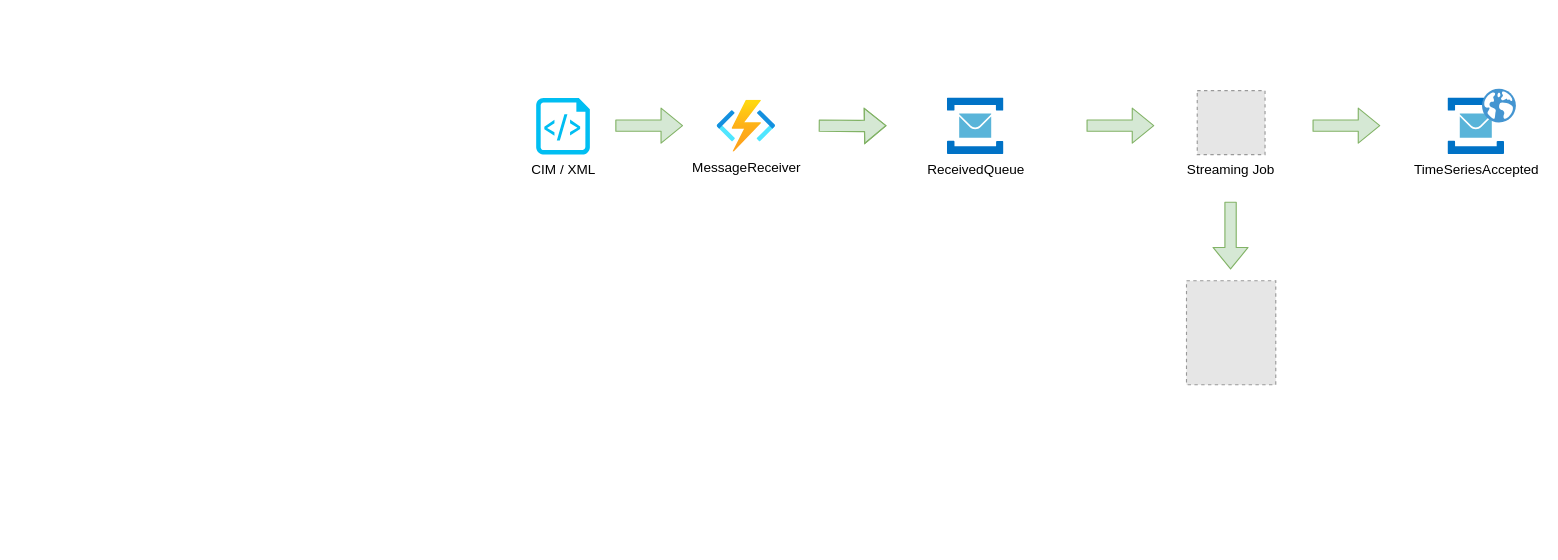
Earlier version of the draw.io diagram ARCHITECTURE.drawio (Energinet-DataHub/ARCHIVED-geh-timeseries). Source tidied: cells renumbered, new cells numbered last; positions are measured from the earlier drawing's top-left corner, leaving out a move shared by most shapes. Both pictures are drawn from the tidied source at 113%, with x=0, y=0 at pixel (536, 88). Pictures stored in the file or linked from it are replaced by grey dashed boxes.
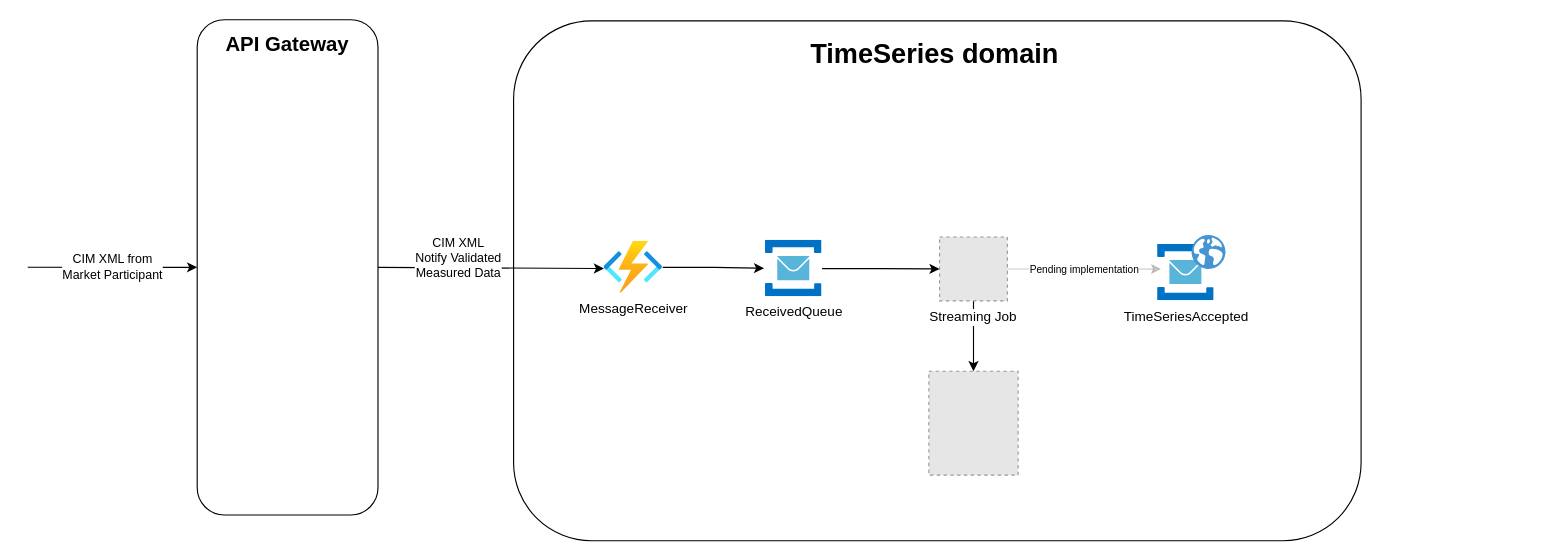
The same diagram, later.

Commit message (it also covers changes not shown here):
Updated Arch and Context diagrams

Change to the diagram source:
```diff
@@
-    <mxCell id="2" value="CIM / XML" style="verticalLabelPosition=bottom;html=1;verticalAlign=top;align=center;strokeColor=none;fillColor=#00BEF2;shape=mxgraph.azure.script_file;" parent="1" vertex="1">
-      <mxGeometry y="8.2" width="47.5" height="50" as="geometry" />
-    </mxCell>
-    <mxCell id="3" style="shape=flexArrow;endArrow=classic;html=1;fillColor=#d5e8d4;strokeColor=#82b366;" parent="1" edge="1">
-      <mxGeometry relative="1" as="geometry">
-        <mxPoint x="70" y="32.7" as="sourcePoint" />
-        <mxPoint x="130" y="32.7" as="targetPoint" />
-      </mxGeometry>
-    </mxCell>
+    <mxCell id="14" style="rounded=1;whiteSpace=wrap;html=1;" parent="1" vertex="1">
+      <mxGeometry x="-20" y="-60" width="750" height="460" as="geometry" />
+    </mxCell>
+    <mxCell id="15" style="edgeStyle=orthogonalEdgeStyle;rounded=0;jettySize=auto;html=1;" parent="1" edge="1" source="4" target="10">
+      <mxGeometry relative="1" as="geometry" />
+    </mxCell>
     <mxCell id="4" value="ReceivedQueue" style="html=1;points=[];align=center;image;fontSize=12;image=img/lib/mscae/Service_Bus.svg;" parent="1" vertex="1">
-      <mxGeometry x="364" y="8.2" width="50" height="50" as="geometry" />
+      <mxGeometry x="203" y="134.2" width="50" height="50" as="geometry" />
     </mxCell>
-    <mxCell id="5" style="shape=flexArrow;endArrow=classic;html=1;fillColor=#d5e8d4;strokeColor=#82b366;" parent="1" edge="1">
-      <mxGeometry relative="1" as="geometry">
-        <mxPoint x="250" y="32.7" as="sourcePoint" />
-        <mxPoint x="310" y="32.7" as="targetPoint" />
-        <Array as="points">
-          <mxPoint x="286" y="33" />
-        </Array>
-      </mxGeometry>
-    </mxCell>
-    <mxCell id="6" style="shape=flexArrow;endArrow=classic;html=1;fillColor=#d5e8d4;strokeColor=#82b366;" parent="1" edge="1">
-      <mxGeometry relative="1" as="geometry">
-        <mxPoint x="614.5" y="100" as="sourcePoint" />
-        <mxPoint x="614.5" y="160" as="targetPoint" />
-      </mxGeometry>
-    </mxCell>
-    <mxCell id="7" style="shape=flexArrow;endArrow=classic;html=1;fillColor=#d5e8d4;strokeColor=#82b366;" parent="1" edge="1">
-      <mxGeometry relative="1" as="geometry">
-        <mxPoint x="687" y="32.7" as="sourcePoint" />
-        <mxPoint x="747" y="32.7" as="targetPoint" />
-      </mxGeometry>
-    </mxCell>
+    <mxCell id="16" style="edgeStyle=orthogonalEdgeStyle;rounded=0;jettySize=auto;html=1;entryX=-0.026;entryY=0.495;entryDx=0;entryDy=0;entryPerimeter=0;" parent="1" edge="1" source="9" target="4">
+      <mxGeometry relative="1" as="geometry" />
+    </mxCell>
+    <mxCell id="9" value="MessageReceiver" style="html=1;points=[];align=center;image;fontSize=12;image=img/lib/azure2/compute/Function_Apps.svg;labelPosition=center;verticalLabelPosition=bottom;verticalAlign=top;" parent="1" vertex="1">
+      <mxGeometry x="60" y="135.2" width="52" height="45.9" as="geometry" />
+    </mxCell>
+    <mxCell id="17" style="edgeStyle=orthogonalEdgeStyle;rounded=0;jettySize=auto;html=1;entryX=0.5;entryY=0;entryDx=0;entryDy=0;" parent="1" edge="1" source="10" target="19">
+      <mxGeometry relative="1" as="geometry" />
+    </mxCell>
+    <mxCell id="18" value="&lt;font style=&quot;font-size: 9px&quot;&gt;Pending implementation&lt;/font&gt;" style="edgeStyle=orthogonalEdgeStyle;rounded=0;jettySize=auto;html=1;entryX=0.06;entryY=0.439;entryDx=0;entryDy=0;entryPerimeter=0;opacity=20;" parent="1" edge="1" source="10" target="8">
+      <mxGeometry relative="1" as="geometry" />
+    </mxCell>
+    <mxCell id="10" value="Streaming Job" style="fillColor=#E6E6E6;strokeColor=#999999;dashed=1;verticalLabelPosition=bottom;labelBackgroundColor=#ffffff;verticalAlign=top;" parent="1" vertex="1">
+      <mxGeometry x="357" y="131.2" width="60" height="56.6" as="geometry" />
+    </mxCell>
+    <mxCell id="19" style="fillColor=#E6E6E6;strokeColor=#999999;dashed=1;verticalLabelPosition=bottom;labelBackgroundColor=#ffffff;verticalAlign=top;" parent="1" vertex="1">
+      <mxGeometry x="347.5" y="250" width="79" height="92" as="geometry" />
+    </mxCell>
+    <mxCell id="20" value="&lt;h1&gt;TimeSeries domain&lt;br&gt;&lt;/h1&gt;" style="text;html=1;strokeColor=none;fillColor=none;spacing=5;spacingTop=-20;whiteSpace=wrap;overflow=hidden;rounded=0;dashed=1;" parent="1" vertex="1">
+      <mxGeometry x="237.5" y="-50" width="235" height="36.5" as="geometry" />
+    </mxCell>
+    <mxCell id="21" value="CIM XML from &lt;br&gt;Market Participant" style="endArrow=classic;html=1;entryX=0;entryY=0.5;entryDx=0;entryDy=0;" parent="1" edge="1" target="24">
+      <mxGeometry relative="1" as="geometry">
+        <mxPoint x="-450" y="158" as="sourcePoint" />
+      </mxGeometry>
+    </mxCell>
+    <mxCell id="22" value="CIM XML&lt;br&gt;Notify Validated &lt;br&gt;Measured Data" style="endArrow=classic;html=1;exitX=1;exitY=0.5;exitDx=0;exitDy=0;entryX=0;entryY=0.522;entryDx=0;entryDy=0;entryPerimeter=0;" parent="1" edge="1" source="24" target="9">
+      <mxGeometry x="-0.29" y="8" relative="1" as="geometry" />
+    </mxCell>
+    <mxCell id="23" style="group;" parent="1" vertex="1">
+      <mxGeometry x="-300" y="-61" width="160" height="438.2" as="geometry" />
+    </mxCell>
+    <mxCell id="24" style="rounded=1;whiteSpace=wrap;html=1;" parent="23" vertex="1">
+      <mxGeometry width="160" height="438.2" as="geometry" />
+    </mxCell>
+    <mxCell id="25" value="&lt;b&gt;&lt;font style=&quot;font-size: 18px&quot;&gt;API Gateway&lt;/font&gt;&lt;/b&gt;" style="text;html=1;strokeColor=none;fillColor=none;align=center;verticalAlign=middle;whiteSpace=wrap;rounded=0;" parent="23" vertex="1">
+      <mxGeometry x="5" y="11" width="150" height="22.6" as="geometry" />
+    </mxCell>
+    <mxCell id="26" style="group;" parent="1" vertex="1">
+      <mxGeometry x="550" y="129.5" width="60" height="58.2" as="geometry" />
+    </mxCell>
-    <mxCell id="8" value="TimeSeriesAccepted" style="html=1;points=[];align=center;image;fontSize=12;image=img/lib/mscae/Service_Bus.svg;" parent="1" vertex="1">
-      <mxGeometry x="807" y="8.2" width="50" height="50" as="geometry" />
+    <mxCell id="8" value="TimeSeriesAccepted" style="html=1;points=[];align=center;image;fontSize=12;image=img/lib/mscae/Service_Bus.svg;" parent="26" vertex="1">
+      <mxGeometry y="8.2" width="50" height="50" as="geometry" />
     </mxCell>
-    <mxCell id="9" value="MessageReceiver" style="html=1;points=[];align=center;image;fontSize=12;image=img/lib/azure2/compute/Function_Apps.svg;labelPosition=center;verticalLabelPosition=bottom;verticalAlign=top;" parent="1" vertex="1">
-      <mxGeometry x="160" y="10.3" width="52" height="45.9" as="geometry" />
-    </mxCell>
-    <mxCell id="10" value="Streaming Job" style="fillColor=#E6E6E6;strokeColor=#999999;dashed=1;verticalLabelPosition=bottom;labelBackgroundColor=#ffffff;verticalAlign=top;" parent="1" vertex="1">
-      <mxGeometry x="585" y="1.7" width="60" height="56.6" as="geometry" />
-    </mxCell>
-    <mxCell id="11" style="fillColor=#E6E6E6;strokeColor=#999999;dashed=1;verticalLabelPosition=bottom;labelBackgroundColor=#ffffff;verticalAlign=top;" parent="1" vertex="1">
-      <mxGeometry x="575.5" y="170" width="79" height="92" as="geometry" />
-    </mxCell>
-    <mxCell id="12" style="shape=flexArrow;endArrow=classic;html=1;fillColor=#d5e8d4;strokeColor=#82b366;" parent="1" edge="1">
-      <mxGeometry relative="1" as="geometry">
-        <mxPoint x="487" y="32.7" as="sourcePoint" />
-        <mxPoint x="547" y="32.7" as="targetPoint" />
-      </mxGeometry>
-    </mxCell>
-    <mxCell id="13" style="shadow=0;dashed=0;html=1;strokeColor=none;fillColor=#4495D1;labelPosition=center;verticalLabelPosition=bottom;verticalAlign=top;align=center;shape=mxgraph.veeam.globe;" parent="1" vertex="1">
-      <mxGeometry x="837" width="30" height="30" as="geometry" />
-    </mxCell>
+    <mxCell id="27" style="shadow=0;dashed=0;html=1;strokeColor=none;fillColor=#4495D1;labelPosition=center;verticalLabelPosition=bottom;verticalAlign=top;align=center;shape=mxgraph.veeam.globe;" parent="26" vertex="1">
+      <mxGeometry x="30" width="30" height="30" as="geometry" />
+    </mxCell>
```
